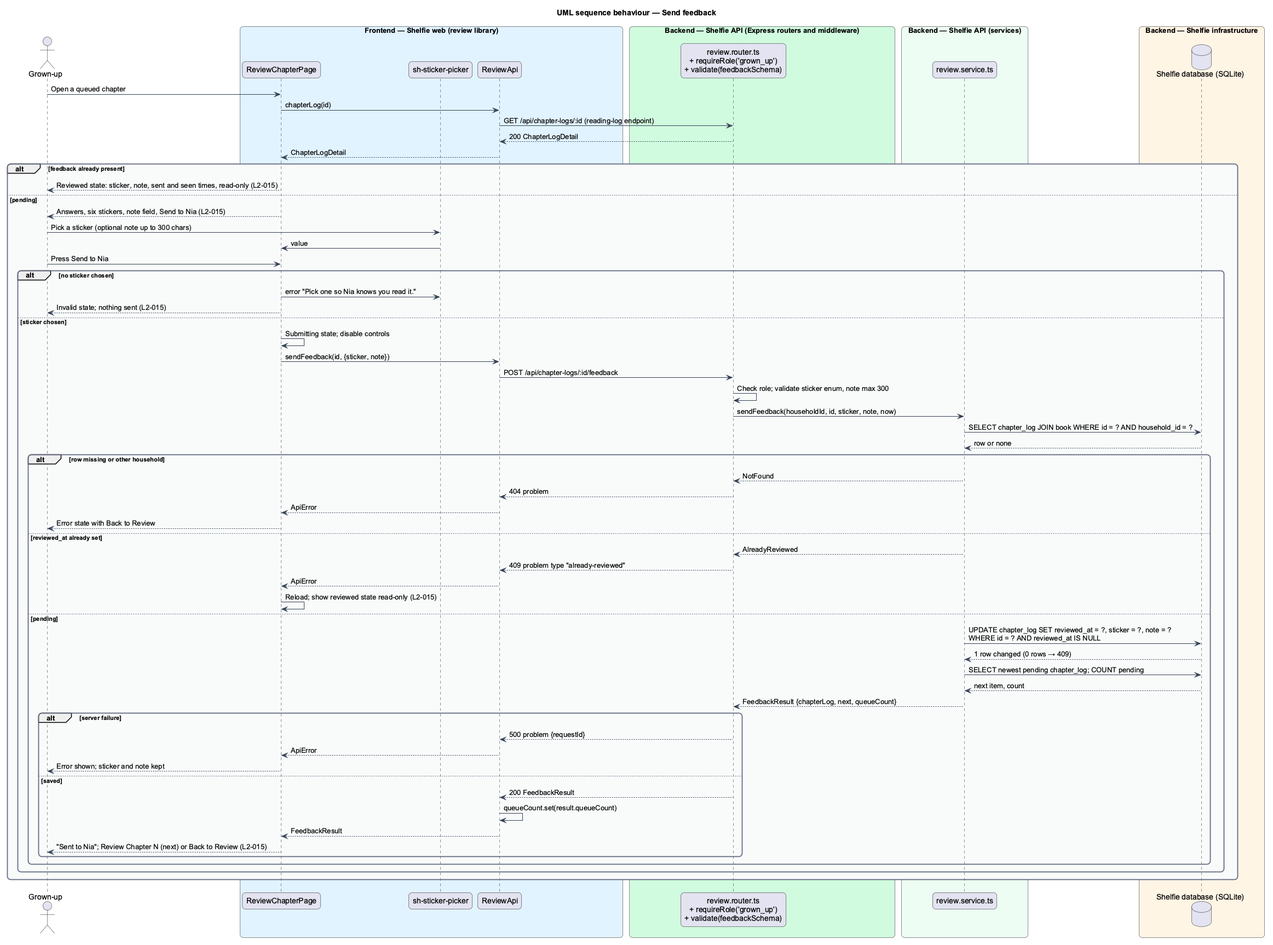
Above: docs/detailed-designs/review/review-chapter/diagrams/sequence-send-feedback.png in QuinntyneBrown/shelfie (PlantUML), before the change. The source it was exported from:
```plantuml
@startuml
title UML sequence behaviour — Send feedback
skinparam backgroundColor #FFFFFF
skinparam shadowing false
skinparam roundcorner 12
skinparam defaultFontName Arial
skinparam ArrowColor #344054
skinparam rectangle {
  BorderColor #344054
  FontColor #101828
}
skinparam package {
  BorderColor #667085
  FontColor #101828
  BackgroundColor #F9FAFB
}
actor "Grown-up" as grownUp
box "Frontend — Shelfie web (review library)" #E0F2FE
  participant "ReviewChapterPage" as page
  participant "sh-sticker-picker" as picker
  participant "ReviewApi" as client
end box
box "Backend — Shelfie API (Express routers and middleware)" #D1FADF
  participant "review.router.ts\n+ requireRole('grown_up')\n+ validate(feedbackSchema)" as router
end box
box "Backend — Shelfie API (services)" #ECFDF3
  participant "review.service.ts" as service
end box
box "Backend — Shelfie infrastructure" #FFF4E5
  database "Shelfie database (SQLite)" as db
end box

grownUp -> page : Open a queued chapter
page -> client : chapterLog(id)
client -> router : GET /api/chapter-logs/:id (reading-log endpoint)
router --> client : 200 ChapterLogDetail
client --> page : ChapterLogDetail
alt feedback already present
  page --> grownUp : Reviewed state: sticker, note, sent and seen times, read-only (L2-015)
else pending
  page --> grownUp : Answers, six stickers, note field, Send to Nia (L2-015)
  grownUp -> picker : Pick a sticker (optional note up to 300 chars)
  picker -> page : value
  grownUp -> page : Press Send to Nia
  alt no sticker chosen
    page -> picker : error "Pick one so Nia knows you read it."
    page --> grownUp : Invalid state; nothing sent (L2-015)
  else sticker chosen
    page -> page : Submitting state; disable controls
    page -> client : sendFeedback(id, {sticker, note})
    client -> router : POST /api/chapter-logs/:id/feedback
    router -> router : Check role; validate sticker enum, note max 300
    router -> service : sendFeedback(householdId, id, sticker, note, now)
    service -> db : SELECT chapter_log JOIN book WHERE id = ? AND household_id = ?
    db --> service : row or none
    alt row missing or other household
      service --> router : NotFound
      router --> client : 404 problem
      client --> page : ApiError
      page --> grownUp : Error state with Back to Review
    else reviewed_at already set
      service --> router : AlreadyReviewed
      router --> client : 409 problem type "already-reviewed"
      client --> page : ApiError
      page -> page : Reload; show reviewed state read-only (L2-015)
    else pending
      service -> db : UPDATE chapter_log SET reviewed_at = ?, sticker = ?, note = ?\nWHERE id = ? AND reviewed_at IS NULL
      db --> service : 1 row changed (0 rows → 409)
      service -> db : SELECT newest pending chapter_log; COUNT pending
      db --> service : next item, count
      service --> router : FeedbackResult {chapterLog, next, queueCount}
      alt server failure
        router --> client : 500 problem {requestId}
        client --> page : ApiError
        page --> grownUp : Error shown; sticker and note kept
      else saved
        router --> client : 200 FeedbackResult
        client -> client : queueCount.set(result.queueCount)
        client --> page : FeedbackResult
        page --> grownUp : "Sent to Nia"; Review Chapter N (next) or Back to Review (L2-015)
      end
    end
  end
end
@enduml
```
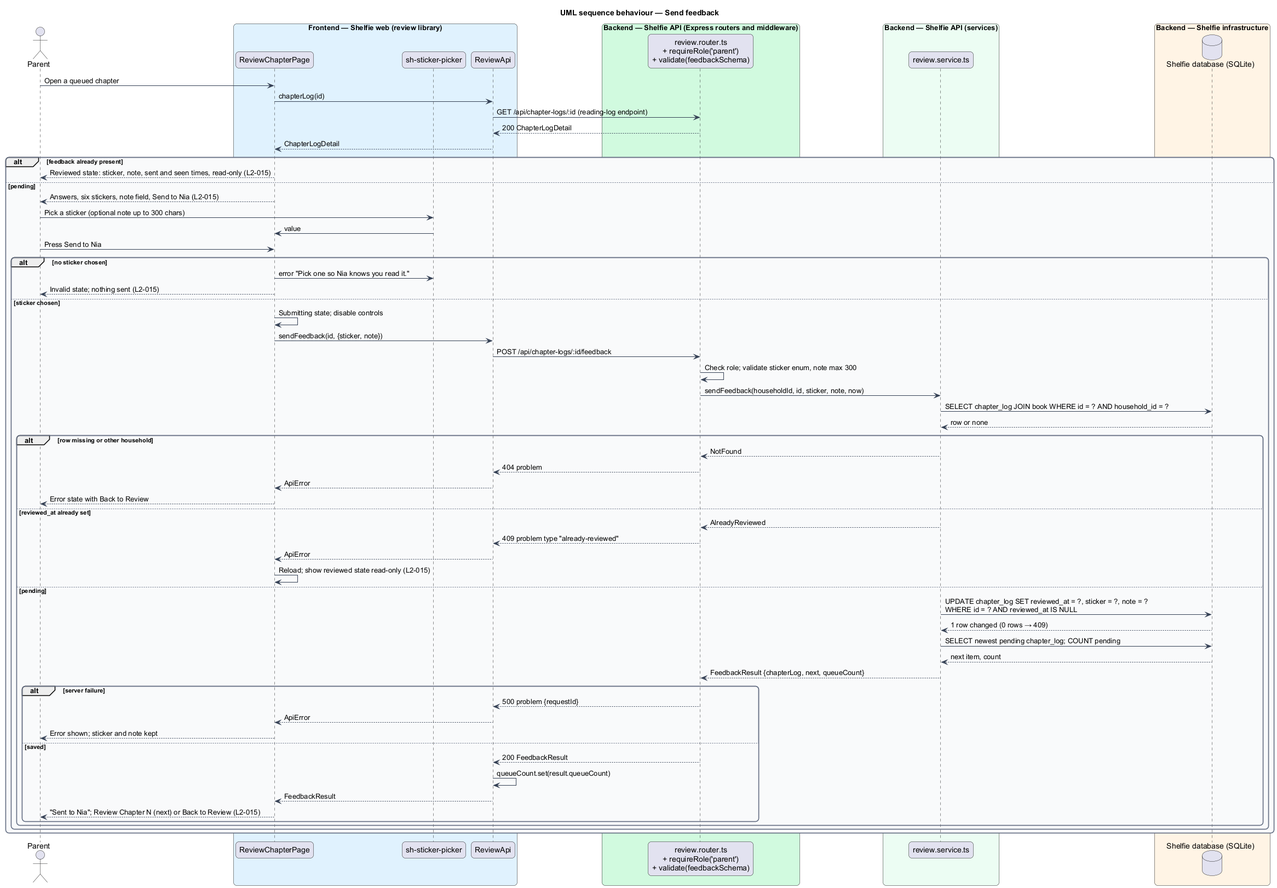
Later version of the same file.

Change to the diagram source:
```diff
@@ -14,14 +14,14 @@
   FontColor #101828
   BackgroundColor #F9FAFB
 }
-actor "Grown-up" as grownUp
+actor "Parent" as grownUp
 box "Frontend — Shelfie web (review library)" #E0F2FE
   participant "ReviewChapterPage" as page
   participant "sh-sticker-picker" as picker
   participant "ReviewApi" as client
 end box
 box "Backend — Shelfie API (Express routers and middleware)" #D1FADF
-  participant "review.router.ts\n+ requireRole('grown_up')\n+ validate(feedbackSchema)" as router
+  participant "review.router.ts\n+ requireRole('parent')\n+ validate(feedbackSchema)" as router
 end box
 box "Backend — Shelfie API (services)" #ECFDF3
   participant "review.service.ts" as service
```
